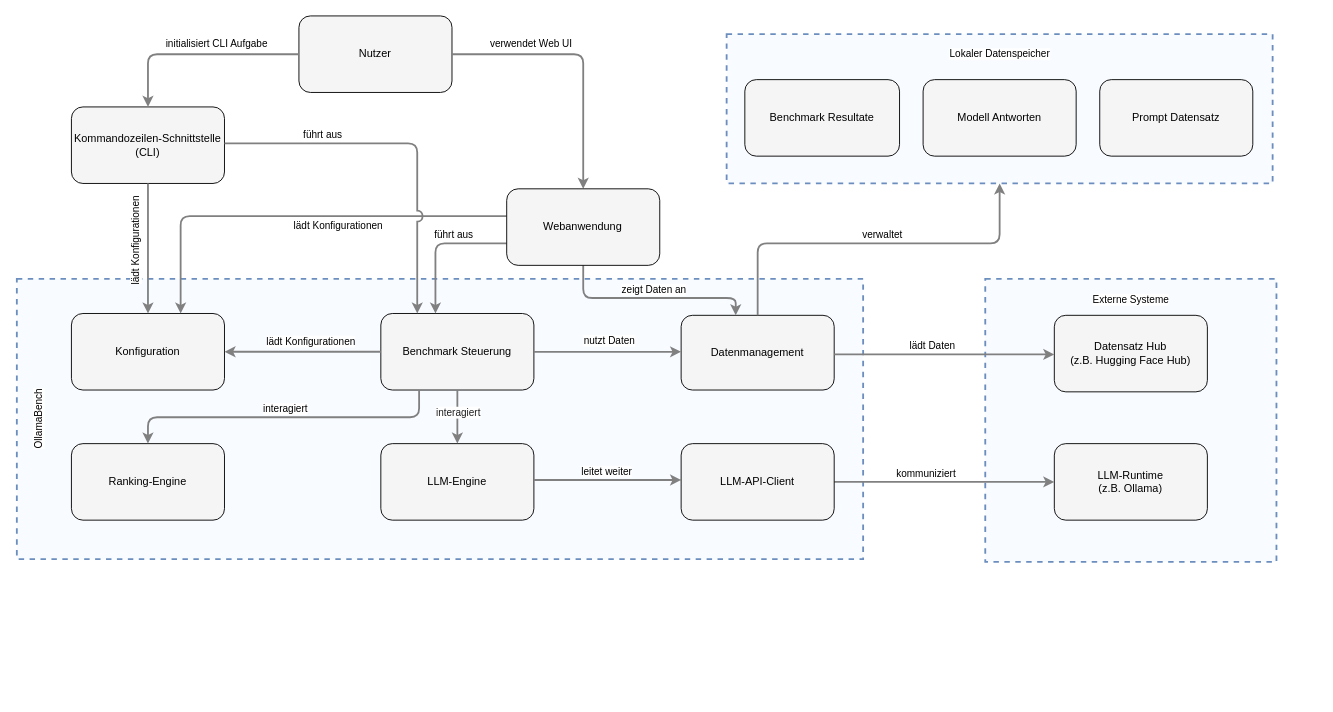
Earlier version of the draw.io diagram codeviz-diagram-2025-06-06T12-32-44.drawio (JulianWer/OllamaBench). Source tidied: cells renumbered, new cells numbered last; positions are measured from the earlier drawing's top-left corner, leaving out a move shared by most shapes. Both pictures are drawn from the tidied source at 91%, with x=0, y=0 at pixel (-238, 15).
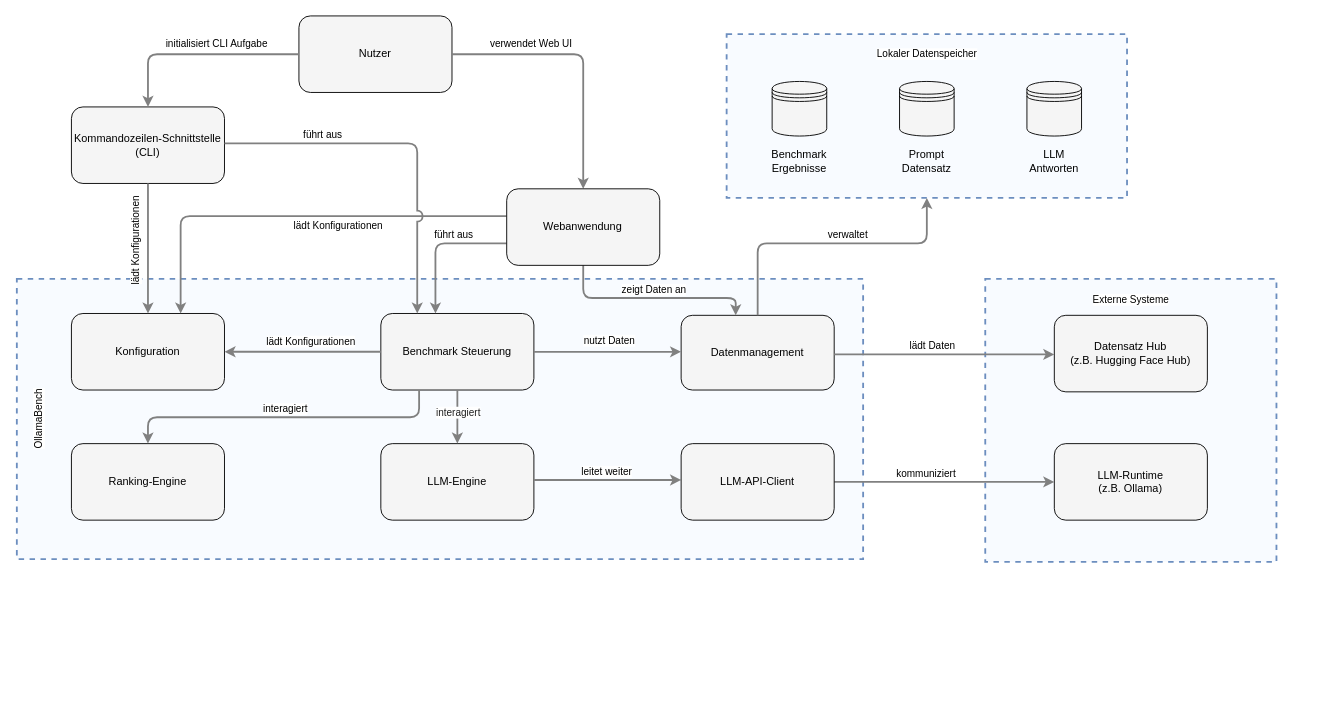
Above is the later version.

Commit message (it also covers changes not shown here):
current architecture diagram

The change refers to these unchanged cells:
```xml
<mxCell id="15" value="Datenmanagement" style="rounded=1;whiteSpace=wrap;html=1;fillColor=#f5f5f5;" parent="11" vertex="1">
  <mxGeometry x="730" y="40" width="168.2" height="82.1" as="geometry" />
</mxCell>
```

Change to the diagram source:
```diff
@@
     <mxCell id="6" style="html=1;whiteSpace=wrap;fillColor=#dae8fc;strokeColor=#6c8ebf;dashed=1;fillOpacity=20;strokeWidth=2;containerType=none;" parent="1" vertex="1">
-      <mxGeometry x="1060" y="20" width="600" height="164.1" as="geometry" />
+      <mxGeometry x="1060" y="20" width="440" height="180" as="geometry" />
     </mxCell>
-    <mxCell id="7" value="Prompt Datensatz" style="rounded=1;whiteSpace=wrap;html=1;fillColor=#f5f5f5;" parent="6" vertex="1">
-      <mxGeometry x="410" y="50" width="168.2" height="84.1" as="geometry" />
-    </mxCell>
-    <mxCell id="8" value="Modell Antworten" style="rounded=1;whiteSpace=wrap;html=1;fillColor=#f5f5f5;" parent="6" vertex="1">
-      <mxGeometry x="215.9" y="50" width="168.2" height="84.1" as="geometry" />
-    </mxCell>
-    <mxCell id="9" value="Benchmark Resultate" style="rounded=1;whiteSpace=wrap;html=1;fillColor=#f5f5f5;" parent="6" vertex="1">
-      <mxGeometry x="20" y="50" width="170" height="84.1" as="geometry" />
-    </mxCell>
     <mxCell id="10" value="Lokaler Datenspeicher" style="edgeLabel;html=1;align=center;verticalAlign=middle;labelBackgroundColor=white;spacing=5;" parent="1" vertex="1">
-      <mxGeometry x="1055.8" y="30" width="608.5" height="24" as="geometry" />
+      <mxGeometry x="975.8" y="30" width="608.5" height="24" as="geometry" />
     </mxCell>
@@
     <mxCell id="41" style="edgeStyle=orthogonalEdgeStyle;rounded=1;jettySize=auto;html=1;strokeColor=#808080;strokeWidth=2;jumpStyle=arc;jumpSize=10;spacing=15;labelBackgroundColor=white;labelBorderColor=none;entryX=0.5;entryY=1;entryDx=0;entryDy=0;exitX=0.5;exitY=0;exitDx=0;exitDy=0;" parent="1" edge="1" source="15" target="6">
       <mxGeometry relative="1" as="geometry">
         <Array as="points">
           <mxPoint x="1094" y="250" />
-          <mxPoint x="1360" y="250" />
+          <mxPoint x="1280" y="250" />
         </Array>
       </mxGeometry>
     </mxCell>
@@
+    <mxCell id="52" style="shape=datastore;whiteSpace=wrap;html=1;fillColor=light-dark(#f5f5f5, #ededed);" parent="1" vertex="1">
+      <mxGeometry x="1110" y="72" width="60" height="60" as="geometry" />
+    </mxCell>
+    <mxCell id="53" style="shape=datastore;whiteSpace=wrap;html=1;fillColor=light-dark(#f5f5f5, #ededed);" parent="1" vertex="1">
+      <mxGeometry x="1250" y="72" width="60" height="60" as="geometry" />
+    </mxCell>
+    <mxCell id="54" style="shape=datastore;whiteSpace=wrap;html=1;fillColor=light-dark(#f5f5f5, #ededed);" parent="1" vertex="1">
+      <mxGeometry x="1390" y="72" width="60" height="60" as="geometry" />
+    </mxCell>
+    <mxCell id="55" value="Benchmark Ergebnisse" style="text;strokeColor=none;fillColor=none;align=center;verticalAlign=middle;spacingLeft=4;spacingRight=4;overflow=hidden;whiteSpace=wrap;html=1;" parent="1" vertex="1">
+      <mxGeometry x="1100" y="140" width="80" height="40" as="geometry" />
+    </mxCell>
+    <mxCell id="7" value="Prompt&lt;div&gt;Datensatz&lt;/div&gt;" style="text;strokeColor=none;fillColor=none;align=center;verticalAlign=middle;spacingLeft=4;spacingRight=4;overflow=hidden;whiteSpace=wrap;html=1;" parent="1" vertex="1">
+      <mxGeometry x="1240" y="140" width="80" height="40" as="geometry" />
+    </mxCell>
+    <mxCell id="56" value="LLM Antworten" style="text;strokeColor=none;fillColor=none;align=center;verticalAlign=middle;spacingLeft=4;spacingRight=4;overflow=hidden;whiteSpace=wrap;html=1;" parent="1" vertex="1">
+      <mxGeometry x="1380" y="140" width="80" height="40" as="geometry" />
+    </mxCell>
```
